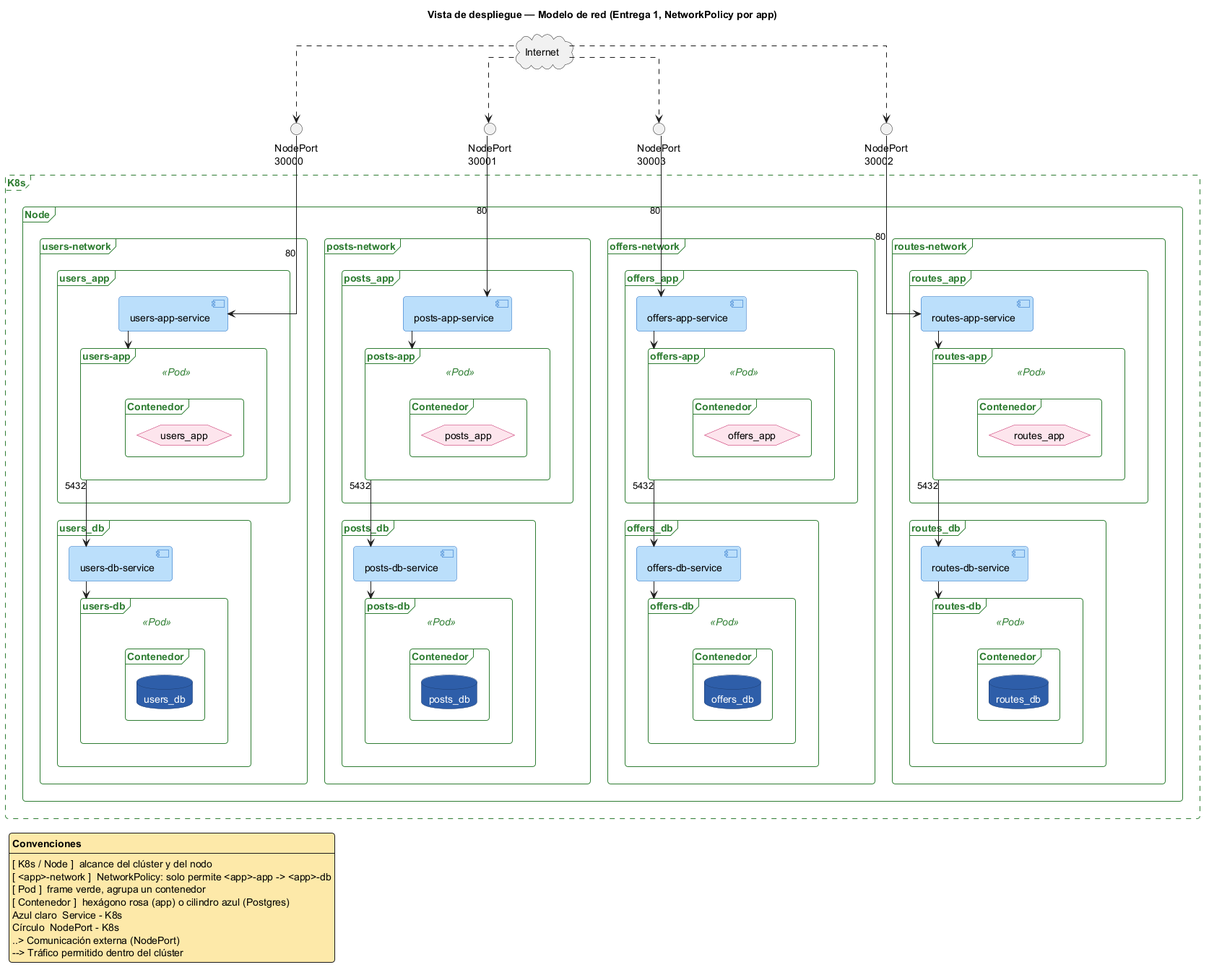
Above: docs/diagrams/networks.png in mt-marceloctorres-net/202614-grupo24-proyecto (PlantUML), before the change.
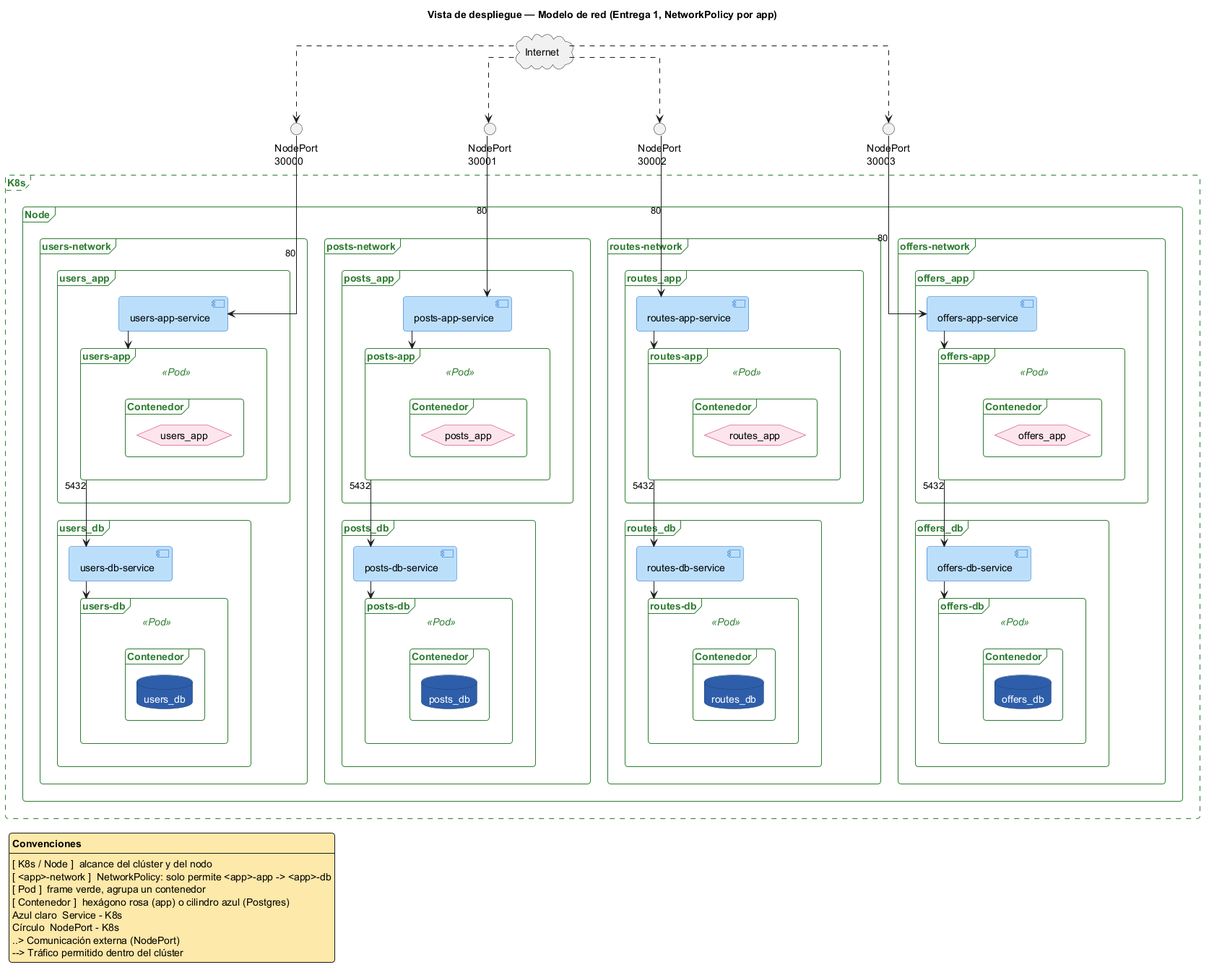
The same file after the commit.

Commit message:
docs: ordena diagrama de redes por nodeport (users, posts, routes, offers)

Diff of the diagram source:
```diff
@@ -74,6 +74,25 @@
     }
   }
 
+  frame "routes-network" {
+    frame "routes_app" as routes_app_zone {
+      component "routes-app-service" as routes_app_svc
+      frame "routes-app" as routes_app_pod <<Pod>> {
+        frame "Contenedor" as routes_app_ctr_f {
+          hexagon "routes_app" as routes_app_ctr
+        }
+      }
+    }
+    frame "routes_db" as routes_db_zone {
+      component "routes-db-service" as routes_db_svc
+      frame "routes-db" as routes_db_pod <<Pod>> {
+        frame "Contenedor" as routes_db_ctr_f {
+          database "routes_db" as routes_db_ctr
+        }
+      }
+    }
+  }
+
   frame "offers-network" {
     frame "offers_app" as offers_app_zone {
       component "offers-app-service" as offers_app_svc
@@ -92,57 +111,38 @@
       }
     }
   }
-
-  frame "routes-network" {
-    frame "routes_app" as routes_app_zone {
-      component "routes-app-service" as routes_app_svc
-      frame "routes-app" as routes_app_pod <<Pod>> {
-        frame "Contenedor" as routes_app_ctr_f {
-          hexagon "routes_app" as routes_app_ctr
-        }
-      }
-    }
-    frame "routes_db" as routes_db_zone {
-      component "routes-db-service" as routes_db_svc
-      frame "routes-db" as routes_db_pod <<Pod>> {
-        frame "Contenedor" as routes_db_ctr_f {
-          database "routes_db" as routes_db_ctr
-        }
-      }
-    }
-  }
  }
 }
 
 circle "NodePort\n30000" as np_users
 circle "NodePort\n30001" as np_posts
+circle "NodePort\n30002" as np_routes
 circle "NodePort\n30003" as np_offers
-circle "NodePort\n30002" as np_routes
 
 client ..> np_users
 client ..> np_posts
+client ..> np_routes
 client ..> np_offers
-client ..> np_routes
 
 np_users  -down-> users_app_svc  : "80"
 np_posts  -down-> posts_app_svc  : "80"
+np_routes -down-> routes_app_svc : "80"
 np_offers -down-> offers_app_svc : "80"
-np_routes -down-> routes_app_svc : "80"
 
 users_app_svc  -down-> users_app_pod
 posts_app_svc  -down-> posts_app_pod
+routes_app_svc -down-> routes_app_pod
 offers_app_svc -down-> offers_app_pod
-routes_app_svc -down-> routes_app_pod
 
 users_app_pod  -down-> users_db_svc  : "5432"
 posts_app_pod  -down-> posts_db_svc  : "5432"
+routes_app_pod -down-> routes_db_svc : "5432"
 offers_app_pod -down-> offers_db_svc : "5432"
-routes_app_pod -down-> routes_db_svc : "5432"
 
 users_db_svc  -down-> users_db_pod
 posts_db_svc  -down-> posts_db_pod
+routes_db_svc -down-> routes_db_pod
 offers_db_svc -down-> offers_db_pod
-routes_db_svc -down-> routes_db_pod
 
 legend left
   <b>Convenciones
```
